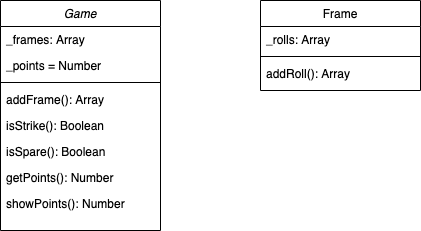
Before: public/images/BowlingChallenge.png, a diagram exported from draw.io (makersacademy/bowling-challenge). Source tidied: cells renumbered, new cells last; positions are measured from the earlier drawing's top-left corner, leaving out a move shared by most shapes.
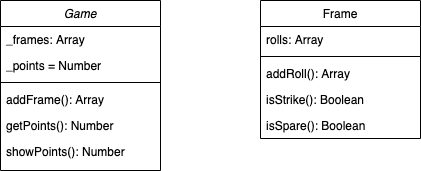
The same file after the commit.

Commit message:
updated class diagram

Diff of the diagram source:
```diff
@@ -3,7 +3,7 @@
     <mxCell id="0" />
     <mxCell id="1" parent="0" />
     <mxCell id="2" value="Game" style="swimlane;fontStyle=2;align=center;verticalAlign=top;horizontal=1;startSize=26;rounded=0;shadow=0;strokeWidth=1;" parent="1" vertex="1">
-      <mxGeometry width="160" height="230" as="geometry" />
+      <mxGeometry width="160" height="170" as="geometry" />
     </mxCell>
     <mxCell id="3" value="_frames: Array" style="text;align=left;verticalAlign=top;spacingLeft=4;spacingRight=4;overflow=hidden;" parent="2" vertex="1">
       <mxGeometry y="26" width="160" height="26" as="geometry" />
@@ -17,22 +17,16 @@
     <mxCell id="6" value="addFrame(): Array" style="text;align=left;verticalAlign=top;spacingLeft=4;spacingRight=4;overflow=hidden;rounded=0;shadow=0;html=0;" parent="2" vertex="1">
       <mxGeometry y="86" width="160" height="26" as="geometry" />
     </mxCell>
-    <mxCell id="7" value="isStrike(): Boolean" style="text;align=left;verticalAlign=top;spacingLeft=4;spacingRight=4;overflow=hidden;" parent="2" vertex="1">
-      <mxGeometry y="112" width="160" height="26" as="geometry" />
-    </mxCell>
-    <mxCell id="8" value="isSpare(): Boolean" style="text;align=left;verticalAlign=top;spacingLeft=4;spacingRight=4;overflow=hidden;" parent="2" vertex="1">
-      <mxGeometry y="138" width="160" height="26" as="geometry" />
-    </mxCell>
     <mxCell id="9" value="getPoints(): Number" style="text;align=left;verticalAlign=top;spacingLeft=4;spacingRight=4;overflow=hidden;rounded=0;shadow=0;html=0;" parent="2" vertex="1">
-      <mxGeometry y="164" width="160" height="26" as="geometry" />
+      <mxGeometry y="112" width="160" height="26" as="geometry" />
     </mxCell>
     <mxCell id="10" value="showPoints(): Number" style="text;align=left;verticalAlign=top;spacingLeft=4;spacingRight=4;overflow=hidden;rounded=0;shadow=0;html=0;" parent="2" vertex="1">
-      <mxGeometry y="190" width="160" height="26" as="geometry" />
+      <mxGeometry y="138" width="160" height="26" as="geometry" />
     </mxCell>
     <mxCell id="11" value="Frame" style="swimlane;fontStyle=0;align=center;verticalAlign=top;horizontal=1;startSize=26;rounded=0;shadow=0;strokeWidth=1;" parent="1" vertex="1">
-      <mxGeometry x="260" width="160" height="90" as="geometry" />
+      <mxGeometry x="260" width="160" height="138" as="geometry" />
     </mxCell>
-    <mxCell id="12" value="_rolls: Array" style="text;align=left;verticalAlign=top;spacingLeft=4;spacingRight=4;overflow=hidden;" parent="11" vertex="1">
+    <mxCell id="12" value="rolls: Array" style="text;align=left;verticalAlign=top;spacingLeft=4;spacingRight=4;overflow=hidden;" parent="11" vertex="1">
       <mxGeometry y="26" width="160" height="26" as="geometry" />
     </mxCell>
     <mxCell id="13" style="line;html=1;strokeWidth=1;align=left;verticalAlign=middle;spacingTop=-1;spacingLeft=3;spacingRight=3;labelPosition=right;" parent="11" vertex="1">
@@ -41,5 +35,11 @@
     <mxCell id="14" value="addRoll(): Array" style="text;align=left;verticalAlign=top;spacingLeft=4;spacingRight=4;overflow=hidden;" parent="11" vertex="1">
       <mxGeometry y="60" width="160" height="26" as="geometry" />
     </mxCell>
+    <mxCell id="7" value="isStrike(): Boolean" style="text;align=left;verticalAlign=top;spacingLeft=4;spacingRight=4;overflow=hidden;" parent="11" vertex="1">
+      <mxGeometry y="86" width="160" height="26" as="geometry" />
+    </mxCell>
+    <mxCell id="8" value="isSpare(): Boolean" style="text;align=left;verticalAlign=top;spacingLeft=4;spacingRight=4;overflow=hidden;" parent="11" vertex="1">
+      <mxGeometry y="112" width="160" height="26" as="geometry" />
+    </mxCell>
   </root>
 </mxGraphModel>
```
